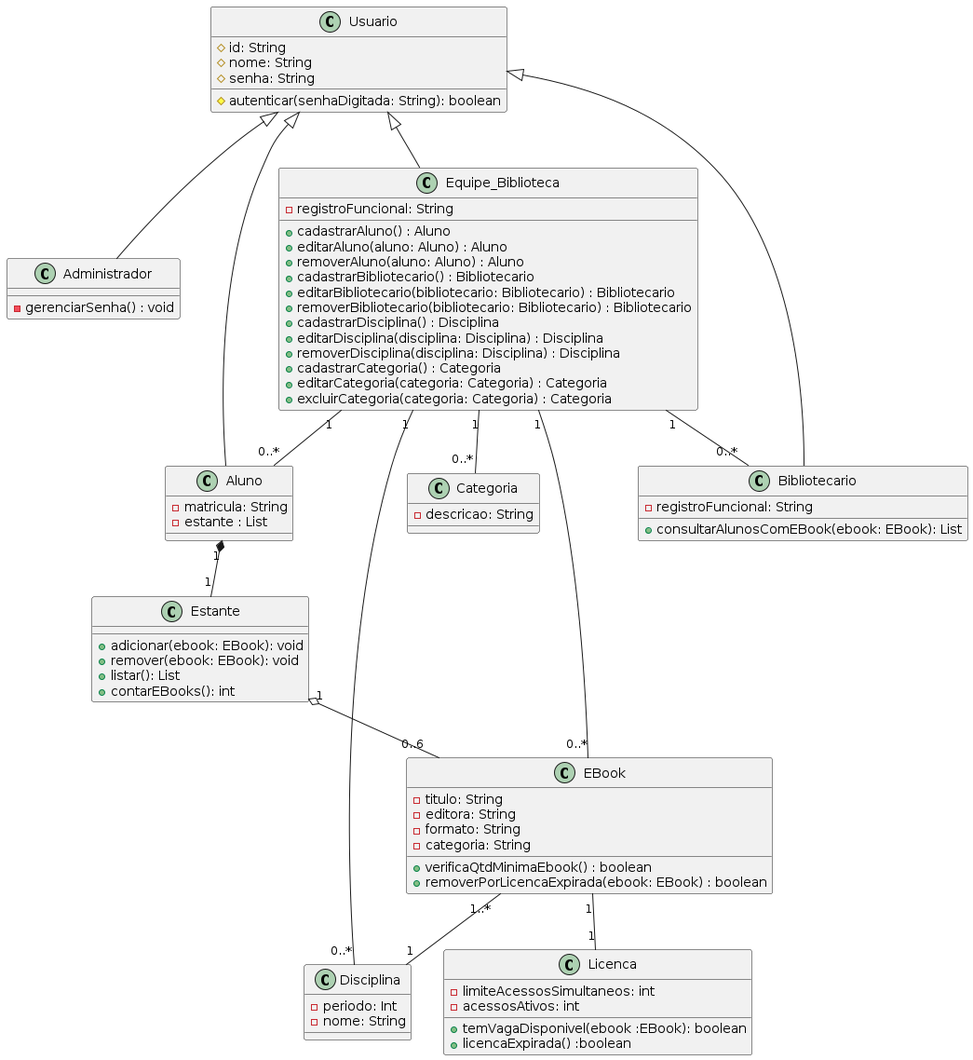
Above: docs/diagramas/diagrama-de-classe.png in brunokilo/lab01-ebooks-biblioteca (PlantUML), before the change.
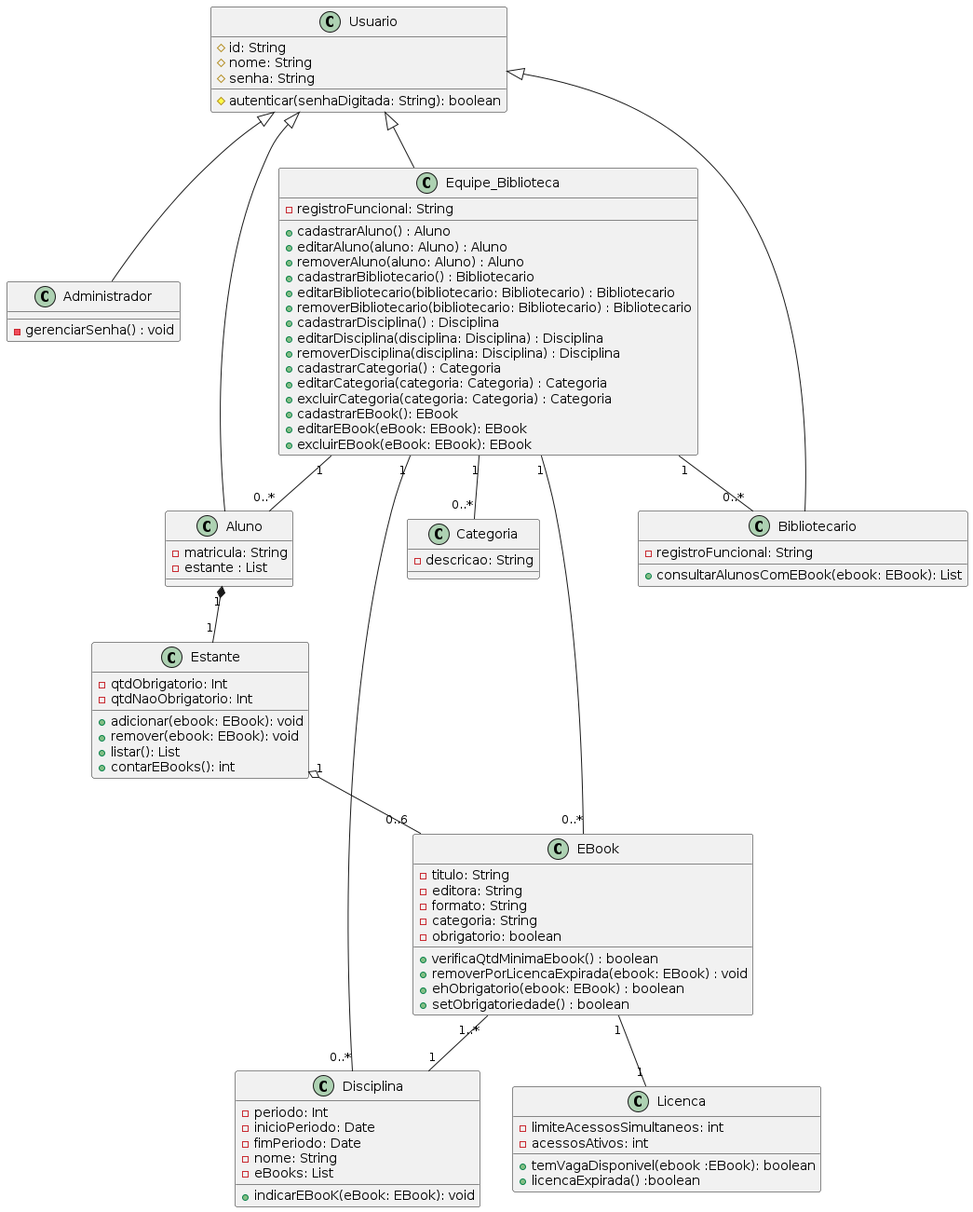
After the commit.

Commit message:
feat: atualização do diagrama de classe

Change to the diagram source:
```diff
@@ -34,12 +34,18 @@
   +cadastrarCategoria() : Categoria
   +editarCategoria(categoria: Categoria) : Categoria
   +excluirCategoria(categoria: Categoria) : Categoria
-
+  +cadastrarEBook(): EBook
+  +editarEBook(eBook: EBook): EBook
+  +excluirEBook(eBook: EBook): EBook
 }
 
 class Disciplina{
   -periodo: Int
+  -inicioPeriodo: Date
+  -fimPeriodo: Date
   -nome: String
+  -eBooks: List
+  +indicarEBooK(eBook: EBook): void
 }
 
 class Categoria{
@@ -51,8 +57,11 @@
   -editora: String
   -formato: String
   -categoria: String
+  -obrigatorio: boolean
   +verificaQtdMinimaEbook() : boolean
-  +removerPorLicencaExpirada(ebook: EBook) : boolean
+  +removerPorLicencaExpirada(ebook: EBook) : void
+  +ehObrigatorio(ebook: EBook) : boolean
+  +setObrigatoriedade() : boolean
 }
 
 class Licenca {
@@ -63,6 +72,8 @@
 }
 
 class Estante {
+  -qtdObrigatorio: Int
+  -qtdNaoObrigatorio: Int
   +adicionar(ebook: EBook): void
   +remover(ebook: EBook): void
   +listar(): List
```
